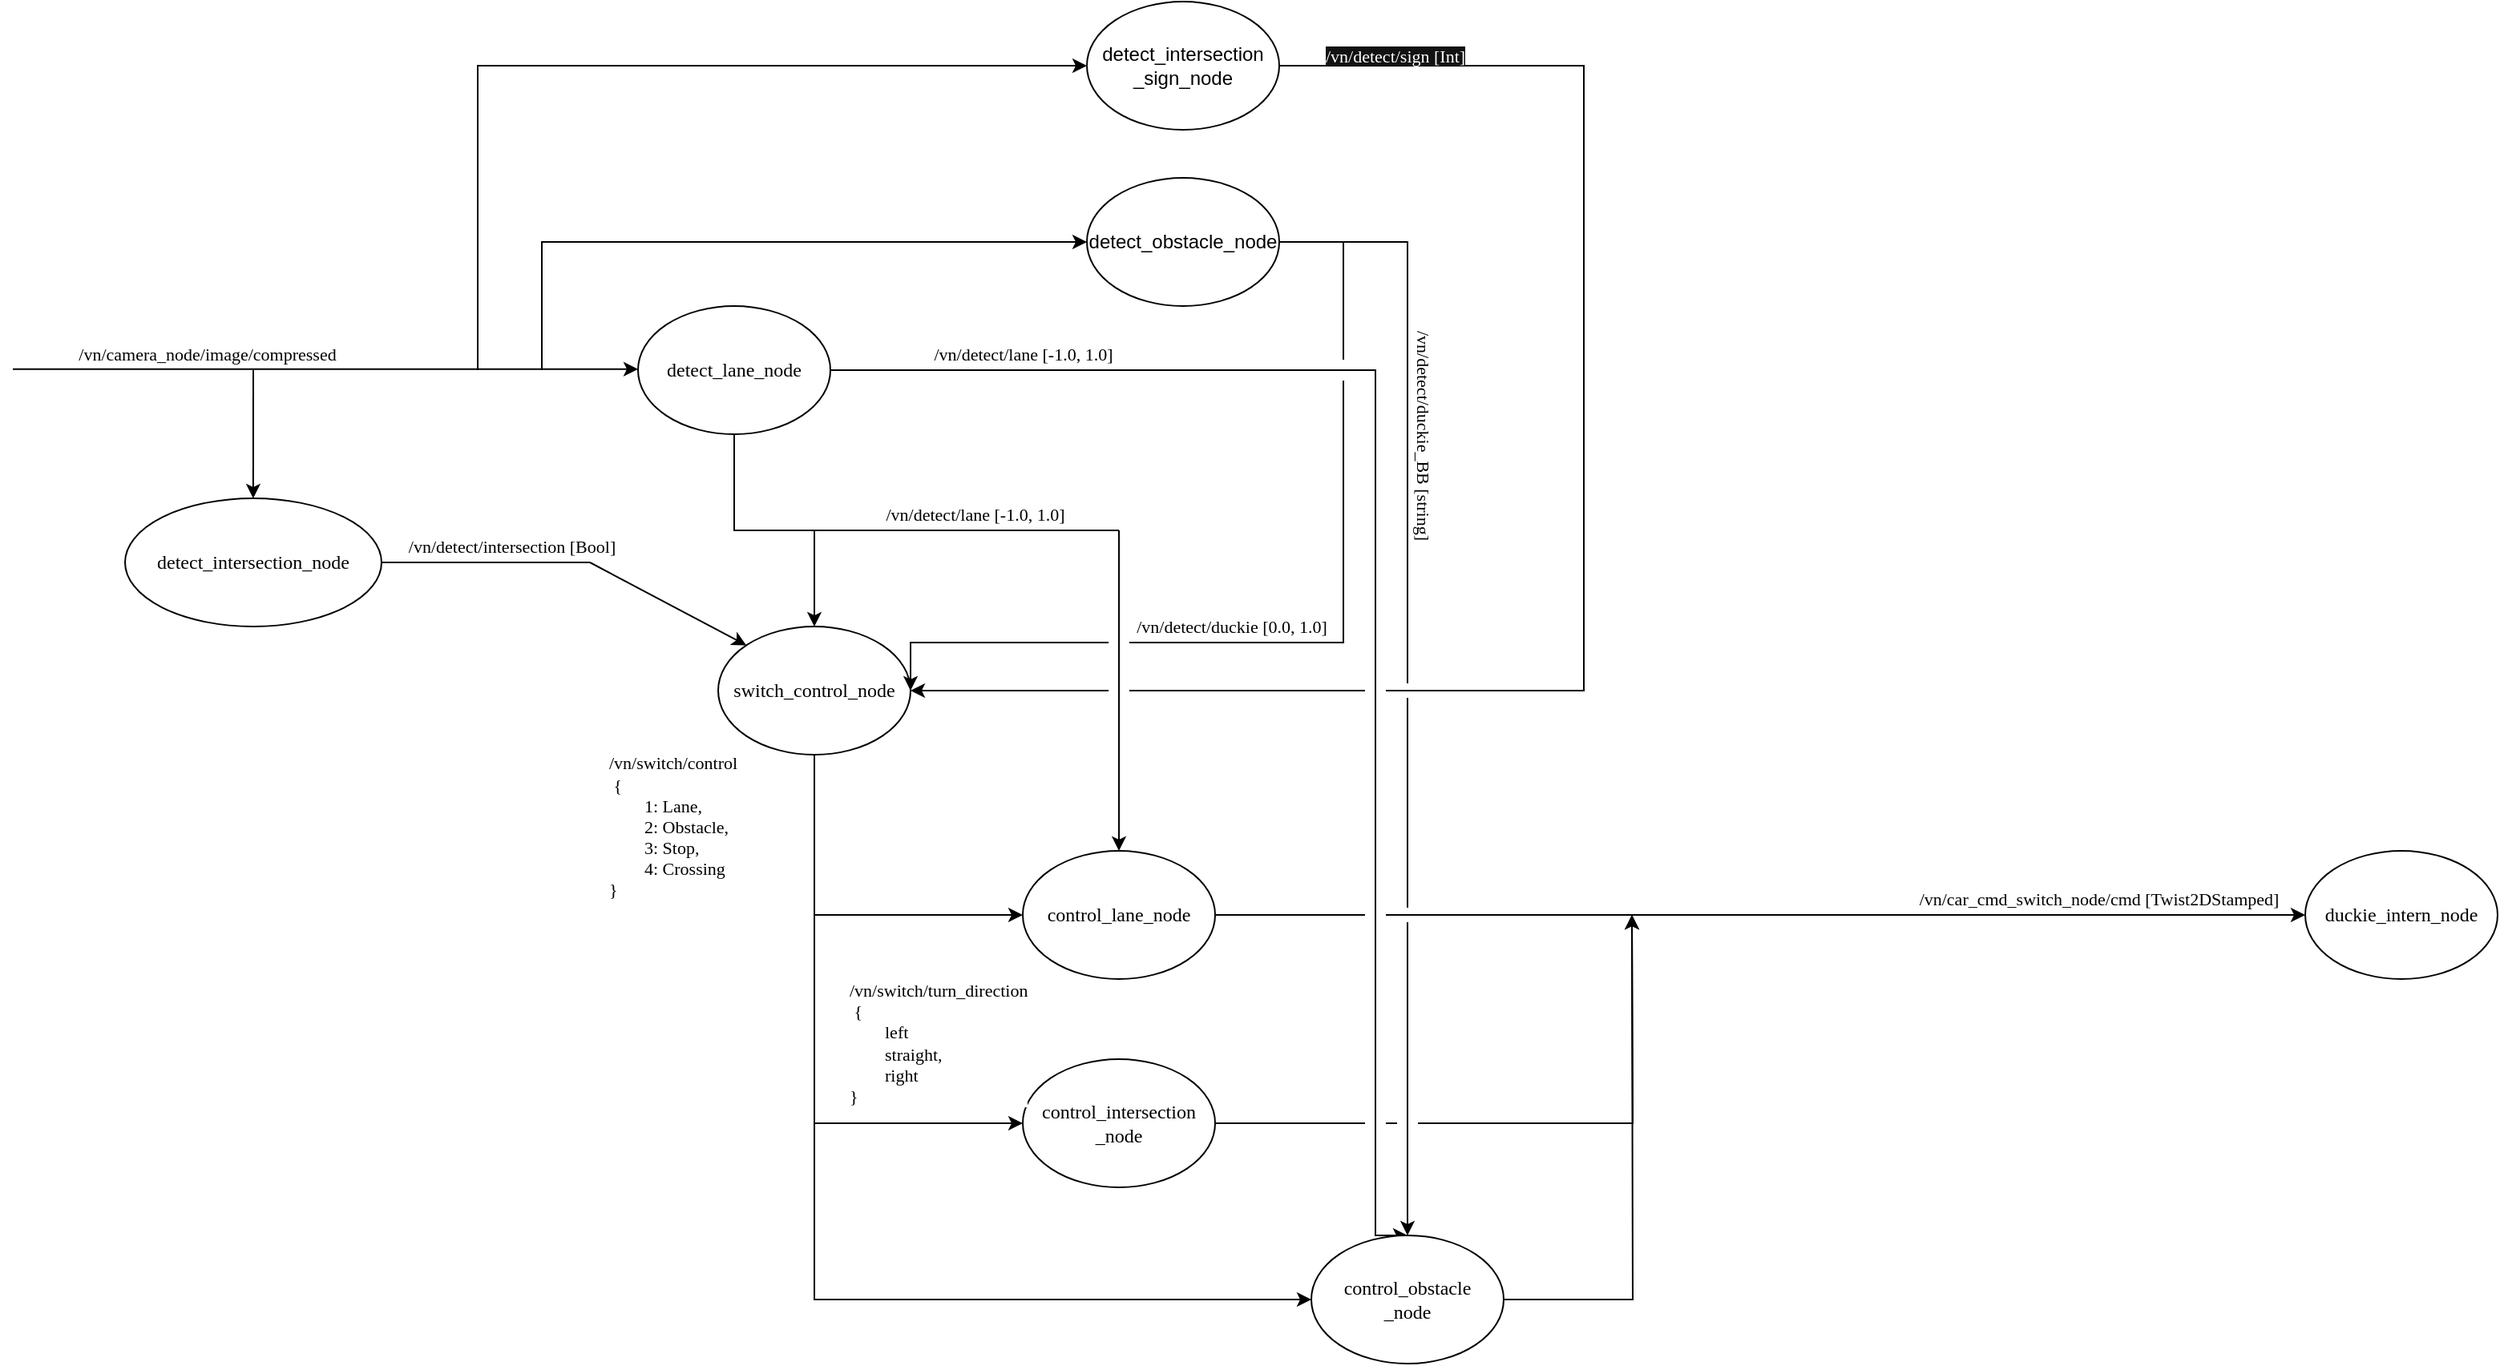
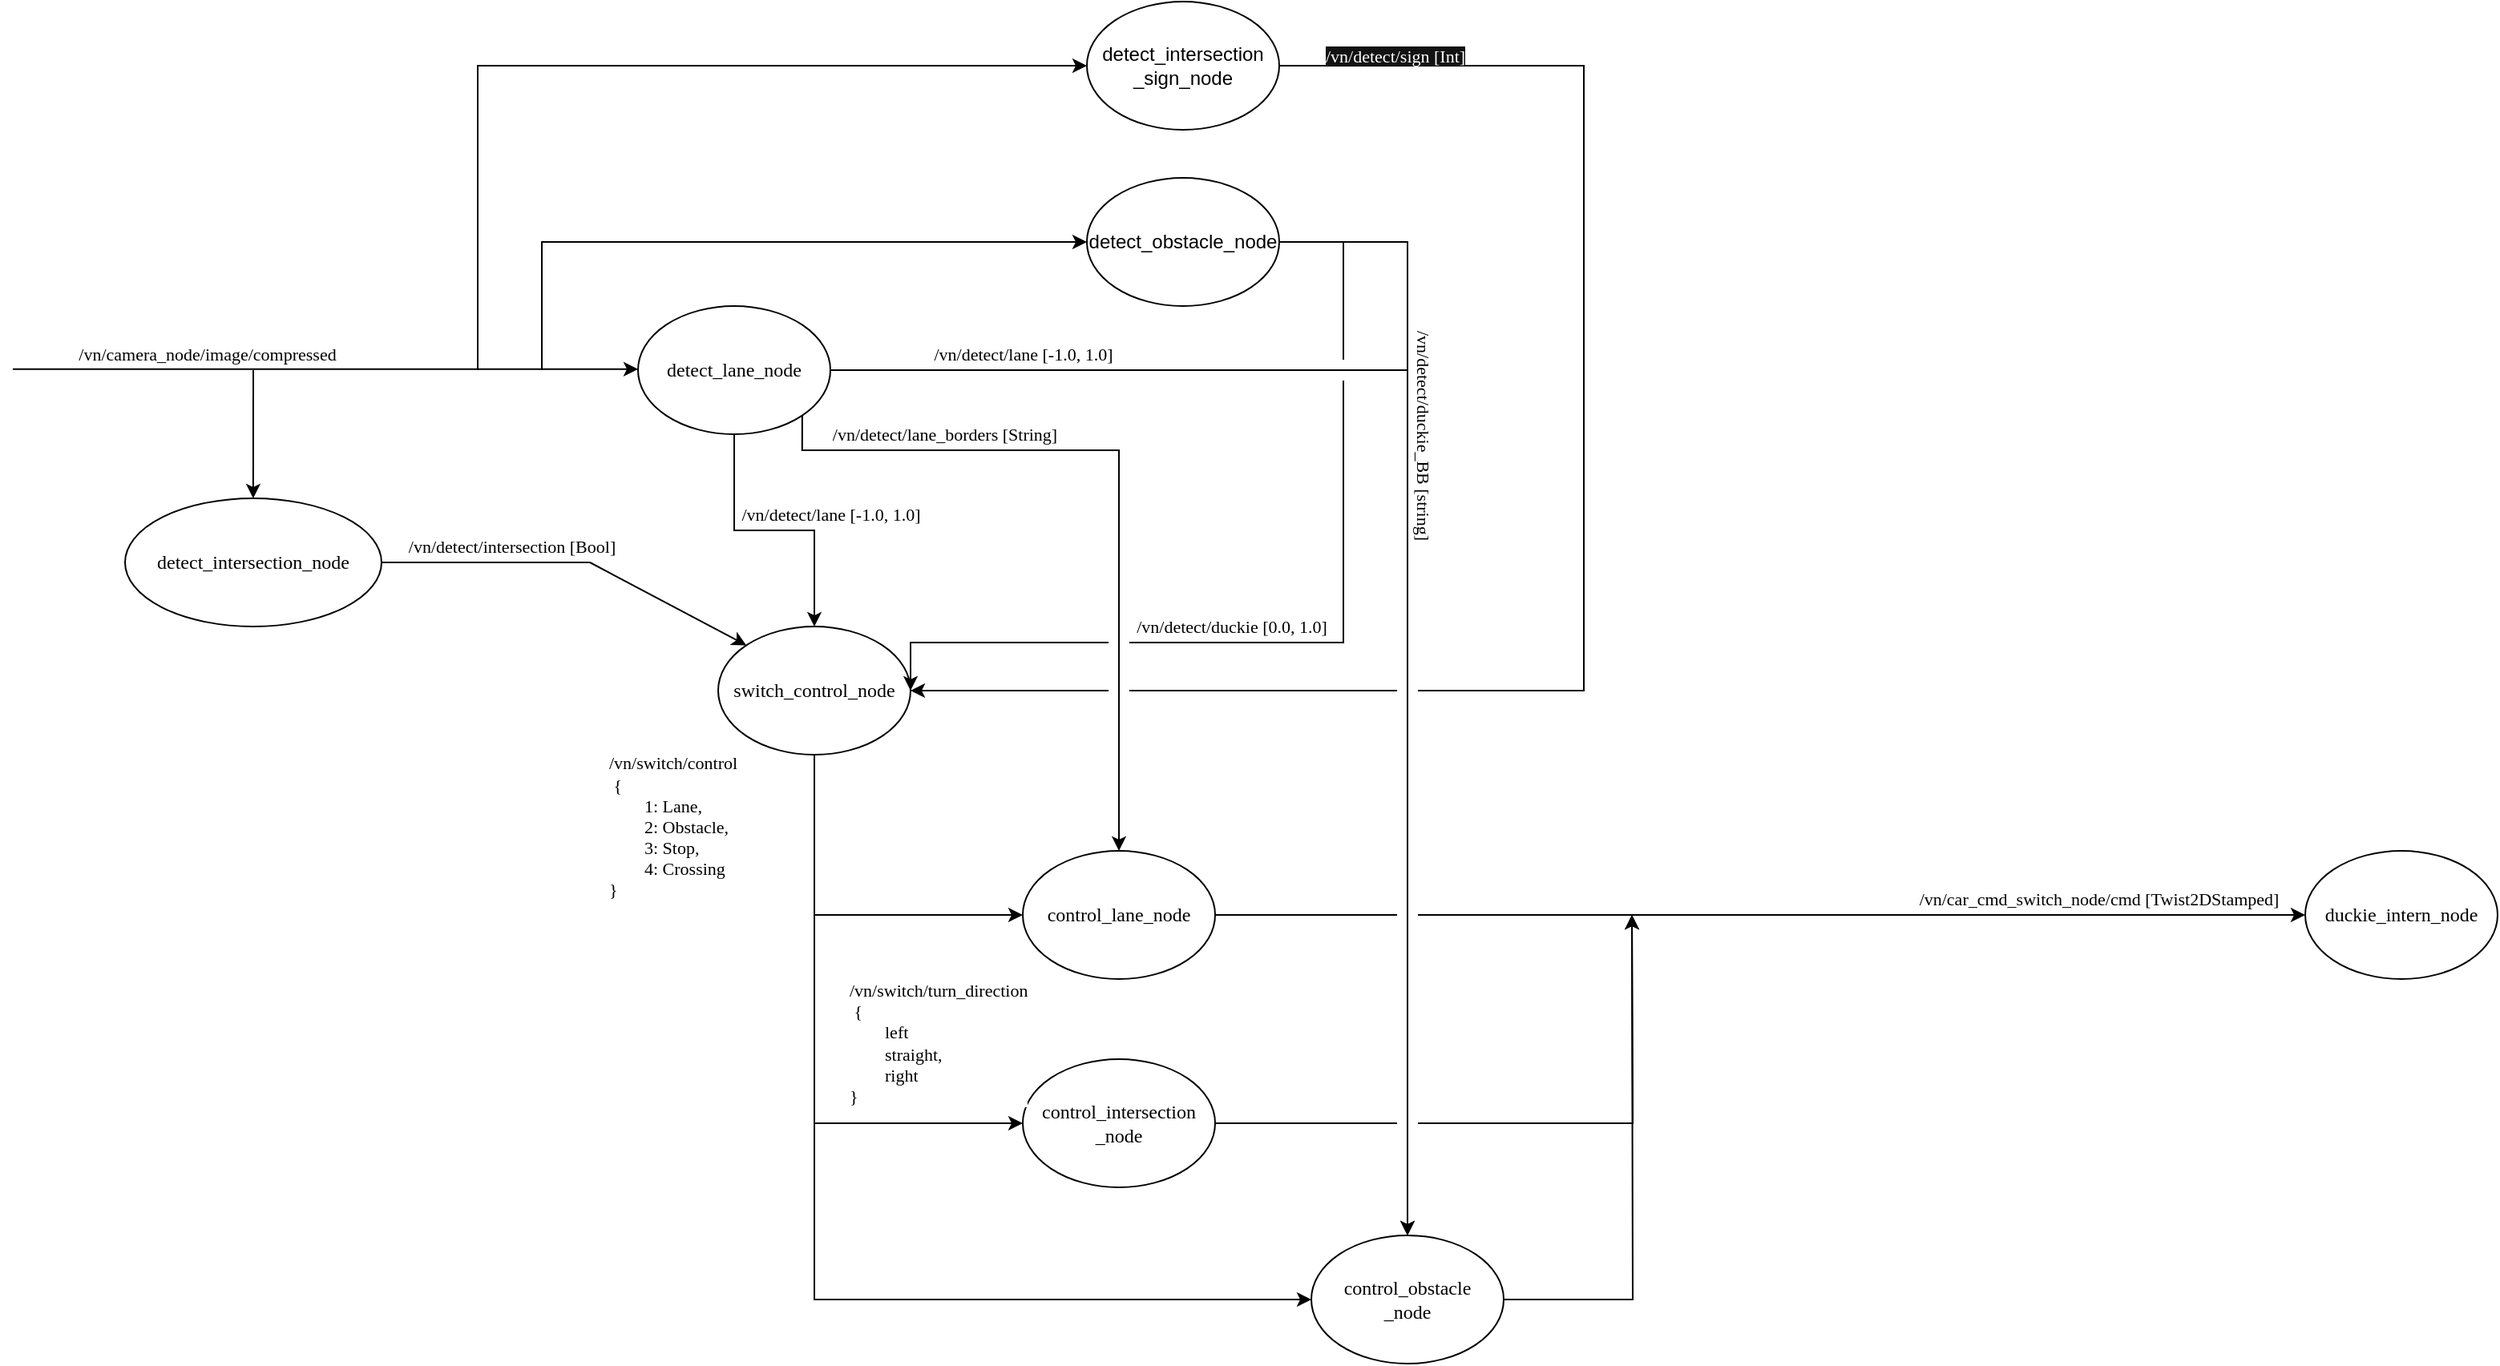
<mxfile host="Electron" agent="Mozilla/5.0 (X11; Linux x86_64) AppleWebKit/537.36 (KHTML, like Gecko) draw.io/28.2.5 Chrome/138.0.7204.251 Electron/37.6.1 Safari/537.36" version="28.2.5">
  <diagram name="Page-1" id="gB1-tebTtfB6fuOuZq2n">
    <mxGraphModel dx="983" dy="1772" grid="1" gridSize="10" guides="1" tooltips="1" connect="1" arrows="1" fold="1" page="1" pageScale="1" pageWidth="827" pageHeight="1169" math="0" shadow="0">
      <root>
        <mxCell id="0" />
        <mxCell id="1" parent="0" />
        <mxCell id="rmzx4RmnQM9AGbvZqSgZ-5" style="edgeStyle=orthogonalEdgeStyle;rounded=0;orthogonalLoop=1;jettySize=auto;html=1;entryX=0.5;entryY=0;entryDx=0;entryDy=0;fontFamily=Times New Roman;jumpStyle=gap;jumpSize=13;" parent="1" source="rmzx4RmnQM9AGbvZqSgZ-1" target="rmzx4RmnQM9AGbvZqSgZ-4" edge="1">
          <mxGeometry relative="1" as="geometry">
            <mxPoint x="460" y="240" as="targetPoint" />
          </mxGeometry>
        </mxCell>
        <mxCell id="rmzx4RmnQM9AGbvZqSgZ-6" value="/vn/detect/lane [-1.0, 1.0]" style="edgeLabel;html=1;align=center;verticalAlign=middle;resizable=0;points=[];fontFamily=Times New Roman;" parent="rmzx4RmnQM9AGbvZqSgZ-5" connectable="0" vertex="1">
          <mxGeometry x="-0.1833" y="-1" relative="1" as="geometry">
-             <mxPoint x="140" y="-11" as="offset" />
+             <mxPoint x="50" y="-11" as="offset" />
          </mxGeometry>
        </mxCell>
        <mxCell id="VlO8yoQawZQyNlQzvU4W-22" style="edgeStyle=orthogonalEdgeStyle;rounded=0;orthogonalLoop=1;jettySize=auto;html=1;entryX=0.5;entryY=0;entryDx=0;entryDy=0;" edge="1" parent="1" source="rmzx4RmnQM9AGbvZqSgZ-1" target="VlO8yoQawZQyNlQzvU4W-3">
+           <mxGeometry relative="1" as="geometry" />
+         </mxCell>
+         <mxCell id="VlO8yoQawZQyNlQzvU4W-25" style="edgeStyle=orthogonalEdgeStyle;rounded=0;orthogonalLoop=1;jettySize=auto;html=1;exitX=1;exitY=1;exitDx=0;exitDy=0;" edge="1" parent="1" source="rmzx4RmnQM9AGbvZqSgZ-1" target="rmzx4RmnQM9AGbvZqSgZ-9">
          <mxGeometry relative="1" as="geometry">
            <Array as="points">
-               <mxPoint x="860" y="180" />
-               <mxPoint x="860" y="720" />
+               <mxPoint x="502" y="230" />
+               <mxPoint x="700" y="230" />
            </Array>
          </mxGeometry>
        </mxCell>
        <mxCell id="rmzx4RmnQM9AGbvZqSgZ-1" value="detect_lane_node" style="ellipse;whiteSpace=wrap;html=1;fontFamily=Times New Roman;" parent="1" vertex="1">
          <mxGeometry x="400" y="140" width="120" height="80" as="geometry" />
        </mxCell>
        <mxCell id="rmzx4RmnQM9AGbvZqSgZ-2" value="" style="endArrow=classic;html=1;rounded=0;entryX=0;entryY=0.5;entryDx=0;entryDy=0;fontFamily=Times New Roman;jumpStyle=gap;jumpSize=13;" parent="1" edge="1">
          <mxGeometry width="50" height="50" relative="1" as="geometry">
            <mxPoint x="10" y="179.41" as="sourcePoint" />
            <mxPoint x="399.99999999999136" y="179.41000000000022" as="targetPoint" />
          </mxGeometry>
        </mxCell>
        <mxCell id="rmzx4RmnQM9AGbvZqSgZ-3" value="/vn/camera_node/image/compressed" style="edgeLabel;html=1;align=center;verticalAlign=middle;resizable=0;points=[];fontFamily=Times New Roman;" parent="rmzx4RmnQM9AGbvZqSgZ-2" connectable="0" vertex="1">
          <mxGeometry x="0.12" y="-4" relative="1" as="geometry">
            <mxPoint x="-98" y="-14" as="offset" />
          </mxGeometry>
        </mxCell>
        <mxCell id="rmzx4RmnQM9AGbvZqSgZ-12" style="edgeStyle=orthogonalEdgeStyle;rounded=0;orthogonalLoop=1;jettySize=auto;html=1;exitX=0.5;exitY=1;exitDx=0;exitDy=0;entryX=0;entryY=0.5;entryDx=0;entryDy=0;fontFamily=Times New Roman;jumpStyle=gap;jumpSize=13;" parent="1" source="rmzx4RmnQM9AGbvZqSgZ-4" target="rmzx4RmnQM9AGbvZqSgZ-9" edge="1">
          <mxGeometry relative="1" as="geometry" />
        </mxCell>
        <mxCell id="rmzx4RmnQM9AGbvZqSgZ-13" value="&lt;div align=&quot;left&quot;&gt;/vn/switch/control&lt;/div&gt;&lt;div align=&quot;left&quot;&gt;&amp;nbsp;{&lt;/div&gt;&lt;div align=&quot;left&quot;&gt;&lt;span style=&quot;white-space: pre;&quot;&gt;&#x9;&lt;/span&gt;1: Lane,&lt;/div&gt;&lt;div align=&quot;left&quot;&gt;&lt;span style=&quot;white-space: pre;&quot;&gt;&#x9;&lt;/span&gt;2: Obstacle,&amp;nbsp;&lt;/div&gt;&lt;div align=&quot;left&quot;&gt;&lt;span style=&quot;white-space: pre;&quot;&gt;&#x9;&lt;/span&gt;3: Stop,&lt;/div&gt;&lt;div align=&quot;left&quot;&gt;&lt;span style=&quot;white-space: pre;&quot;&gt;&#x9;&lt;/span&gt;4: Crossing&lt;br&gt;&lt;/div&gt;&lt;div align=&quot;left&quot;&gt;}&lt;/div&gt;" style="edgeLabel;html=1;align=left;verticalAlign=middle;resizable=0;points=[];fontFamily=Times New Roman;" parent="rmzx4RmnQM9AGbvZqSgZ-12" connectable="0" vertex="1">
          <mxGeometry x="-0.3984" y="-1" relative="1" as="geometry">
            <mxPoint x="-129" y="-24" as="offset" />
          </mxGeometry>
        </mxCell>
        <mxCell id="VlO8yoQawZQyNlQzvU4W-7" style="edgeStyle=orthogonalEdgeStyle;rounded=0;orthogonalLoop=1;jettySize=auto;html=1;exitX=0.5;exitY=1;exitDx=0;exitDy=0;entryX=0;entryY=0.5;entryDx=0;entryDy=0;jumpStyle=gap;jumpSize=13;" edge="1" parent="1" source="rmzx4RmnQM9AGbvZqSgZ-4" target="VlO8yoQawZQyNlQzvU4W-3">
          <mxGeometry relative="1" as="geometry" />
        </mxCell>
        <mxCell id="VlO8yoQawZQyNlQzvU4W-15" style="edgeStyle=orthogonalEdgeStyle;rounded=0;orthogonalLoop=1;jettySize=auto;html=1;exitX=0.5;exitY=1;exitDx=0;exitDy=0;entryX=0;entryY=0.5;entryDx=0;entryDy=0;" edge="1" parent="1" source="rmzx4RmnQM9AGbvZqSgZ-4" target="VlO8yoQawZQyNlQzvU4W-2">
          <mxGeometry relative="1" as="geometry" />
        </mxCell>
        <mxCell id="rmzx4RmnQM9AGbvZqSgZ-4" value="switch_control_node" style="ellipse;whiteSpace=wrap;html=1;fontFamily=Times New Roman;" parent="1" vertex="1">
          <mxGeometry x="450" y="340" width="120" height="80" as="geometry" />
        </mxCell>
        <mxCell id="rmzx4RmnQM9AGbvZqSgZ-14" style="edgeStyle=orthogonalEdgeStyle;rounded=0;orthogonalLoop=1;jettySize=auto;html=1;exitX=1;exitY=0.5;exitDx=0;exitDy=0;fontFamily=Times New Roman;jumpStyle=gap;jumpSize=13;" parent="1" source="rmzx4RmnQM9AGbvZqSgZ-9" edge="1">
          <mxGeometry relative="1" as="geometry">
            <mxPoint x="1440" y="520" as="targetPoint" />
          </mxGeometry>
        </mxCell>
        <mxCell id="rmzx4RmnQM9AGbvZqSgZ-15" value="/vn/car_cmd_switch_node/cmd [Twist2DStamped]" style="edgeLabel;html=1;align=center;verticalAlign=middle;resizable=0;points=[];fontFamily=Times New Roman;" parent="rmzx4RmnQM9AGbvZqSgZ-14" connectable="0" vertex="1">
          <mxGeometry x="-0.0116" y="-1" relative="1" as="geometry">
            <mxPoint x="214" y="-11" as="offset" />
          </mxGeometry>
        </mxCell>
        <mxCell id="rmzx4RmnQM9AGbvZqSgZ-9" value="&lt;div&gt;control_lane_node&lt;/div&gt;" style="ellipse;whiteSpace=wrap;html=1;fontFamily=Times New Roman;" parent="1" vertex="1">
          <mxGeometry x="640" y="480" width="120" height="80" as="geometry" />
-         </mxCell>
-         <mxCell id="rmzx4RmnQM9AGbvZqSgZ-10" value="" style="endArrow=classic;html=1;rounded=0;entryX=0.5;entryY=0;entryDx=0;entryDy=0;fontFamily=Times New Roman;jumpStyle=gap;jumpSize=13;" parent="1" target="rmzx4RmnQM9AGbvZqSgZ-9" edge="1">
-           <mxGeometry width="50" height="50" relative="1" as="geometry">
-             <mxPoint x="700" y="280" as="sourcePoint" />
-             <mxPoint x="540" y="350" as="targetPoint" />
-           </mxGeometry>
-         </mxCell>
-         <mxCell id="rmzx4RmnQM9AGbvZqSgZ-11" value="" style="endArrow=none;html=1;rounded=0;fontFamily=Times New Roman;jumpStyle=gap;jumpSize=13;" parent="1" edge="1">
-           <mxGeometry width="50" height="50" relative="1" as="geometry">
-             <mxPoint x="460" y="280" as="sourcePoint" />
-             <mxPoint x="700" y="280" as="targetPoint" />
-           </mxGeometry>
        </mxCell>
        <mxCell id="b2WUlHgmpvVAkuUz7WpI-4" value="" style="endArrow=classic;html=1;rounded=0;entryX=0;entryY=0;entryDx=0;entryDy=0;fontFamily=Times New Roman;jumpStyle=gap;jumpSize=13;" parent="1" target="rmzx4RmnQM9AGbvZqSgZ-4" edge="1">
          <mxGeometry width="50" height="50" relative="1" as="geometry">
            <mxPoint x="370" y="300" as="sourcePoint" />
            <mxPoint x="320" y="260" as="targetPoint" />
          </mxGeometry>
        </mxCell>
        <mxCell id="b2WUlHgmpvVAkuUz7WpI-5" value="" style="endArrow=none;html=1;rounded=0;exitX=1;exitY=0.5;exitDx=0;exitDy=0;fontFamily=Times New Roman;" parent="1" source="b2WUlHgmpvVAkuUz7WpI-6" edge="1">
          <mxGeometry width="50" height="50" relative="1" as="geometry">
            <mxPoint x="270" y="300" as="sourcePoint" />
            <mxPoint x="370" y="300" as="targetPoint" />
          </mxGeometry>
        </mxCell>
        <mxCell id="b2WUlHgmpvVAkuUz7WpI-7" value="/vn/detect/intersection [Bool]" style="edgeLabel;html=1;align=center;verticalAlign=middle;resizable=0;points=[];fontFamily=Times New Roman;" parent="b2WUlHgmpvVAkuUz7WpI-5" connectable="0" vertex="1">
          <mxGeometry x="-0.3124" y="-2" relative="1" as="geometry">
            <mxPoint x="36" y="-12" as="offset" />
          </mxGeometry>
        </mxCell>
        <mxCell id="b2WUlHgmpvVAkuUz7WpI-6" value="detect_intersection_node" style="ellipse;whiteSpace=wrap;html=1;fontFamily=Times New Roman;" parent="1" vertex="1">
          <mxGeometry x="80" y="260" width="160" height="80" as="geometry" />
        </mxCell>
        <mxCell id="b2WUlHgmpvVAkuUz7WpI-8" value="" style="endArrow=classic;html=1;rounded=0;entryX=0.463;entryY=-0.023;entryDx=0;entryDy=0;entryPerimeter=0;jumpStyle=gap;jumpSize=13;" parent="1" edge="1">
          <mxGeometry width="50" height="50" relative="1" as="geometry">
            <mxPoint x="160" y="180" as="sourcePoint" />
            <mxPoint x="159.94000000000017" y="260" as="targetPoint" />
          </mxGeometry>
        </mxCell>
        <mxCell id="23AfMzL_D9_g89AK6A8E-1" value="" style="endArrow=classic;html=1;rounded=0;entryX=0;entryY=0.5;entryDx=0;entryDy=0;jumpStyle=gap;jumpSize=13;" parent="1" target="23AfMzL_D9_g89AK6A8E-2" edge="1">
          <mxGeometry width="50" height="50" relative="1" as="geometry">
            <mxPoint x="300" y="180" as="sourcePoint" />
            <mxPoint x="470" y="40" as="targetPoint" />
            <Array as="points">
              <mxPoint x="300" y="-10" />
            </Array>
          </mxGeometry>
        </mxCell>
        <mxCell id="VlO8yoQawZQyNlQzvU4W-1" style="edgeStyle=orthogonalEdgeStyle;rounded=0;orthogonalLoop=1;jettySize=auto;html=1;entryX=1;entryY=0.5;entryDx=0;entryDy=0;jumpStyle=gap;jumpSize=13;" edge="1" parent="1" source="23AfMzL_D9_g89AK6A8E-2" target="rmzx4RmnQM9AGbvZqSgZ-4">
          <mxGeometry relative="1" as="geometry">
            <Array as="points">
              <mxPoint x="990" y="-10" />
              <mxPoint x="990" y="380" />
            </Array>
          </mxGeometry>
        </mxCell>
        <mxCell id="23AfMzL_D9_g89AK6A8E-2" value="detect_intersection&lt;br&gt;&lt;div&gt;_sign_node&lt;/div&gt;" style="ellipse;whiteSpace=wrap;html=1;" parent="1" vertex="1">
          <mxGeometry x="680" y="-50" width="120" height="80" as="geometry" />
        </mxCell>
        <mxCell id="VlO8yoQawZQyNlQzvU4W-6" style="edgeStyle=orthogonalEdgeStyle;rounded=0;orthogonalLoop=1;jettySize=auto;html=1;exitX=1;exitY=0.5;exitDx=0;exitDy=0;entryX=1;entryY=0.5;entryDx=0;entryDy=0;jumpStyle=gap;jumpSize=13;" edge="1" parent="1" source="23AfMzL_D9_g89AK6A8E-10" target="rmzx4RmnQM9AGbvZqSgZ-4">
          <mxGeometry relative="1" as="geometry">
            <Array as="points">
              <mxPoint x="840" y="100" />
              <mxPoint x="840" y="350" />
              <mxPoint x="570" y="350" />
            </Array>
          </mxGeometry>
        </mxCell>
        <mxCell id="VlO8yoQawZQyNlQzvU4W-8" style="edgeStyle=orthogonalEdgeStyle;rounded=0;orthogonalLoop=1;jettySize=auto;html=1;exitX=1;exitY=0.5;exitDx=0;exitDy=0;jumpStyle=gap;jumpSize=9;" edge="1" parent="1" source="23AfMzL_D9_g89AK6A8E-10" target="VlO8yoQawZQyNlQzvU4W-3">
          <mxGeometry relative="1" as="geometry">
            <Array as="points">
              <mxPoint x="880" y="100" />
            </Array>
          </mxGeometry>
        </mxCell>
        <mxCell id="23AfMzL_D9_g89AK6A8E-10" value="detect_obstacle_node" style="ellipse;whiteSpace=wrap;html=1;" parent="1" vertex="1">
          <mxGeometry x="680" y="60" width="120" height="80" as="geometry" />
        </mxCell>
        <mxCell id="23AfMzL_D9_g89AK6A8E-12" value="" style="endArrow=classic;html=1;rounded=0;entryX=0;entryY=0.5;entryDx=0;entryDy=0;jumpStyle=gap;jumpSize=13;" parent="1" target="23AfMzL_D9_g89AK6A8E-10" edge="1">
          <mxGeometry width="50" height="50" relative="1" as="geometry">
            <mxPoint x="340" y="180" as="sourcePoint" />
            <mxPoint x="510" y="40" as="targetPoint" />
            <Array as="points">
              <mxPoint x="340" y="100" />
            </Array>
          </mxGeometry>
        </mxCell>
        <mxCell id="VlO8yoQawZQyNlQzvU4W-9" style="edgeStyle=orthogonalEdgeStyle;rounded=0;orthogonalLoop=1;jettySize=auto;html=1;jumpStyle=gap;jumpSize=13;" edge="1" parent="1" source="VlO8yoQawZQyNlQzvU4W-2">
          <mxGeometry relative="1" as="geometry">
            <mxPoint x="1020" y="520" as="targetPoint" />
          </mxGeometry>
        </mxCell>
        <mxCell id="VlO8yoQawZQyNlQzvU4W-2" value="&lt;div&gt;control_intersection&lt;br&gt;_node&lt;/div&gt;" style="ellipse;whiteSpace=wrap;html=1;fontFamily=Times New Roman;" vertex="1" parent="1">
          <mxGeometry x="640" y="610" width="120" height="80" as="geometry" />
        </mxCell>
        <mxCell id="VlO8yoQawZQyNlQzvU4W-10" style="edgeStyle=orthogonalEdgeStyle;rounded=0;orthogonalLoop=1;jettySize=auto;html=1;jumpStyle=gap;jumpSize=13;" edge="1" parent="1" source="VlO8yoQawZQyNlQzvU4W-3">
          <mxGeometry relative="1" as="geometry">
            <mxPoint x="1020" y="520" as="targetPoint" />
          </mxGeometry>
        </mxCell>
        <mxCell id="VlO8yoQawZQyNlQzvU4W-3" value="&lt;div&gt;control_obstacle&lt;br&gt;_node&lt;/div&gt;" style="ellipse;whiteSpace=wrap;html=1;fontFamily=Times New Roman;" vertex="1" parent="1">
          <mxGeometry x="820" y="720" width="120" height="80" as="geometry" />
        </mxCell>
        <mxCell id="VlO8yoQawZQyNlQzvU4W-13" value="&lt;div align=&quot;left&quot;&gt;/vn/switch/turn_direction&lt;/div&gt;&lt;div align=&quot;left&quot;&gt;&amp;nbsp;{&lt;/div&gt;&lt;div align=&quot;left&quot;&gt;&lt;span style=&quot;white-space: pre;&quot;&gt;&#x9;&lt;/span&gt;left&lt;/div&gt;&lt;div align=&quot;left&quot;&gt;&lt;span style=&quot;white-space: pre;&quot;&gt;&#x9;&lt;/span&gt;straight,&amp;nbsp;&lt;/div&gt;&lt;div align=&quot;left&quot;&gt;&lt;span style=&quot;white-space: pre;&quot;&gt;&#x9;&lt;/span&gt;right&lt;/div&gt;&lt;div align=&quot;left&quot;&gt;}&lt;/div&gt;" style="edgeLabel;html=1;align=left;verticalAlign=middle;resizable=0;points=[];fontFamily=Times New Roman;" connectable="0" vertex="1" parent="1">
          <mxGeometry x="530" y="600" as="geometry" />
        </mxCell>
        <mxCell id="VlO8yoQawZQyNlQzvU4W-16" value="&lt;div&gt;duckie_intern_node&lt;/div&gt;" style="ellipse;whiteSpace=wrap;html=1;fontFamily=Times New Roman;" vertex="1" parent="1">
          <mxGeometry x="1440" y="480" width="120" height="80" as="geometry" />
        </mxCell>
        <mxCell id="VlO8yoQawZQyNlQzvU4W-17" value="/vn/detect/duckie [0.0, 1.0]" style="edgeLabel;html=1;align=center;verticalAlign=middle;resizable=0;points=[];fontFamily=Times New Roman;" connectable="0" vertex="1" parent="1">
          <mxGeometry x="770" y="340" as="geometry" />
        </mxCell>
        <mxCell id="VlO8yoQawZQyNlQzvU4W-18" value="/vn/detect/duckie_BB [string]" style="edgeLabel;html=1;align=center;verticalAlign=middle;resizable=0;points=[];fontFamily=Times New Roman;rotation=90;" connectable="0" vertex="1" parent="1">
          <mxGeometry x="890" y="220" as="geometry" />
        </mxCell>
        <mxCell id="VlO8yoQawZQyNlQzvU4W-19" value="&lt;span style=&quot;color: rgb(255, 255, 255); font-family: &amp;quot;Times New Roman&amp;quot;; font-size: 11px; font-style: normal; font-variant-ligatures: normal; font-variant-caps: normal; font-weight: 400; letter-spacing: normal; orphans: 2; text-align: center; text-indent: 0px; text-transform: none; widows: 2; word-spacing: 0px; -webkit-text-stroke-width: 0px; white-space: nowrap; background-color: rgb(18, 18, 18); text-decoration-thickness: initial; text-decoration-style: initial; text-decoration-color: initial; display: inline !important; float: none;&quot;&gt;/vn/detect/sign [Int]&lt;/span&gt;" style="text;whiteSpace=wrap;html=1;" vertex="1" parent="1">
          <mxGeometry x="827" y="-30" width="150" height="40" as="geometry" />
        </mxCell>
        <mxCell id="VlO8yoQawZQyNlQzvU4W-23" value="/vn/detect/lane [-1.0, 1.0]" style="edgeLabel;html=1;align=center;verticalAlign=middle;resizable=0;points=[];fontFamily=Times New Roman;" connectable="0" vertex="1" parent="1">
          <mxGeometry x="640" y="170" as="geometry" />
        </mxCell>
+         <mxCell id="VlO8yoQawZQyNlQzvU4W-26" value="/vn/detect/lane_borders [String]" style="edgeLabel;html=1;align=center;verticalAlign=middle;resizable=0;points=[];fontFamily=Times New Roman;" connectable="0" vertex="1" parent="1">
+           <mxGeometry x="570" y="210" as="geometry">
+             <mxPoint x="21" y="10" as="offset" />
+           </mxGeometry>
+         </mxCell>
      </root>
    </mxGraphModel>
  </diagram>
</mxfile>
